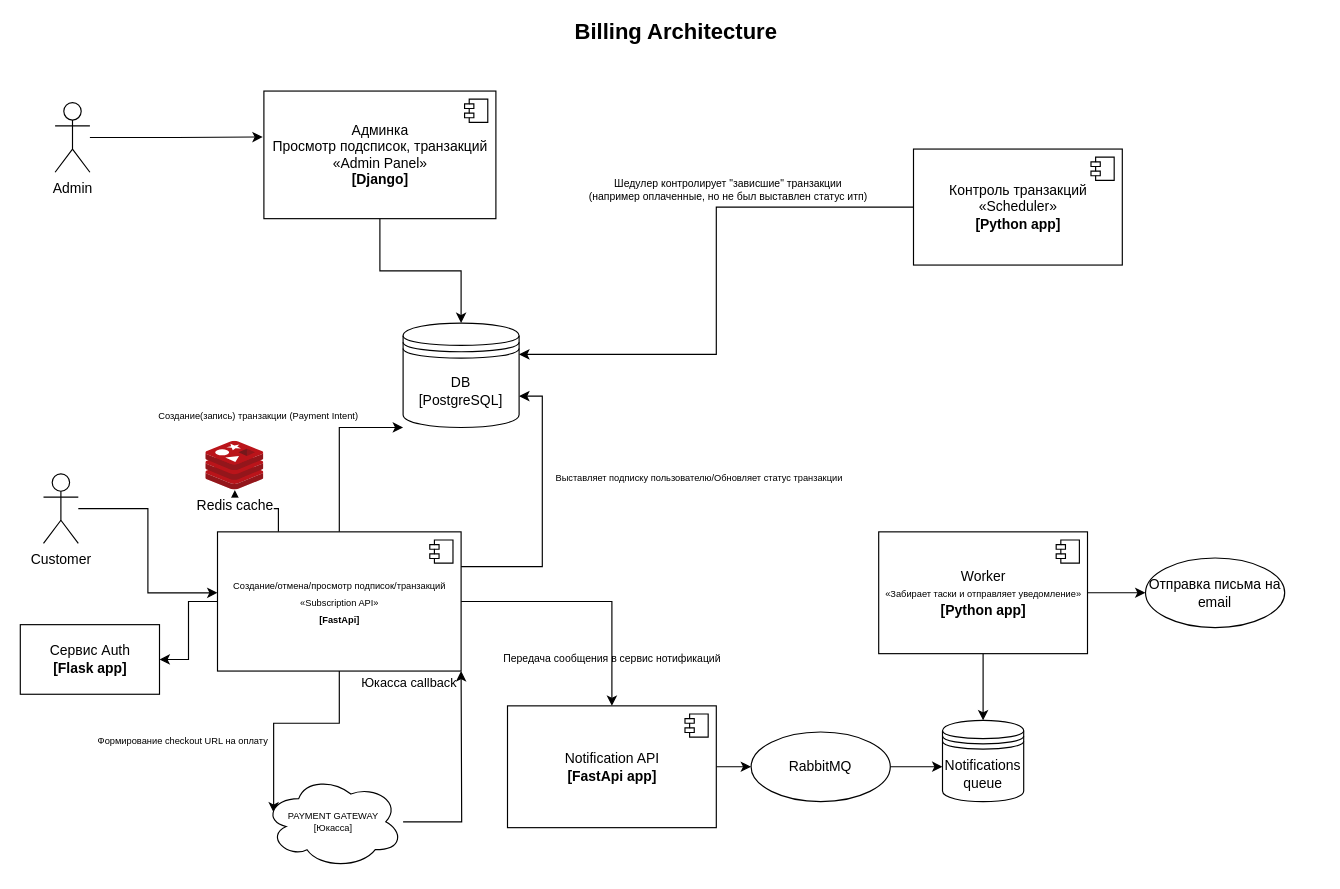
netshy/Yookassa-Billing keeps this draw.io diagram as architecture/billing.drawio. Above is the earlier version. Source tidied: cells renumbered, new cells numbered last; positions are measured from the earlier drawing's top-left corner, leaving out a move shared by most shapes. Both pictures are drawn from the tidied source at 116%, with x=0, y=0 at pixel (20, 21).
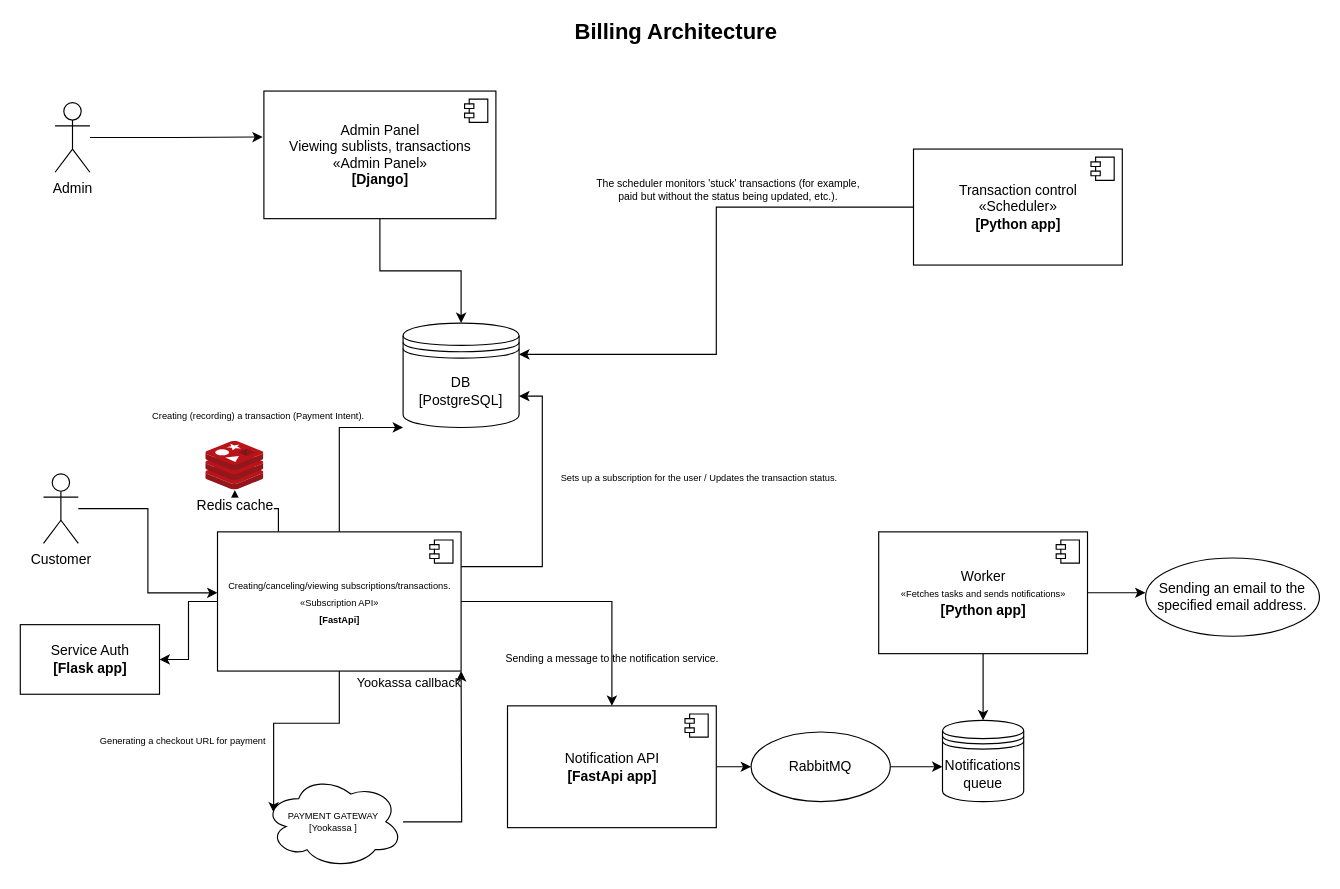
Above is the later version.

Diff of the diagram source:
```diff
@@
-    <mxCell id="12" value="&lt;font style=&quot;font-size: 8px;&quot;&gt;Создание/отмена/просмотр подписок/транзакций&lt;br&gt;«Subscription API»&lt;br&gt;&lt;b&gt;[FastApi]&lt;/b&gt;&lt;/font&gt;" style="html=1;" parent="1" vertex="1">
+    <mxCell id="12" value="&lt;font style=&quot;font-size: 8px;&quot;&gt;Creating/canceling/viewing subscriptions/transactions.&lt;br&gt;«Subscription API»&lt;br&gt;&lt;b&gt;[FastApi]&lt;/b&gt;&lt;/font&gt;" style="html=1;" parent="1" vertex="1">
       <mxGeometry x="170" y="440" width="210" height="120" as="geometry" />
     </mxCell>
@@
-    <mxCell id="15" value="Админка&lt;br&gt;Просмотр подсписок, транзакций&lt;br&gt;«Admin Panel»&lt;br&gt;&lt;b&gt;[Django]&lt;/b&gt;" style="html=1;" parent="1" vertex="1">
+    <mxCell id="15" value="Admin Panel&lt;br&gt;Viewing sublists, transactions&lt;br&gt;«Admin Panel»&lt;br&gt;&lt;b&gt;[Django]&lt;/b&gt;" style="html=1;" parent="1" vertex="1">
       <mxGeometry x="210" y="60" width="200" height="110" as="geometry" />
     </mxCell>
@@
-    <mxCell id="19" value="PAYMENT GATEWAY&lt;br&gt;[Юкасса]" style="ellipse;shape=cloud;whiteSpace=wrap;html=1;fontSize=8;" parent="1" vertex="1">
+    <mxCell id="19" value="PAYMENT GATEWAY&lt;br&gt;[Yookassa&amp;nbsp;]" style="ellipse;shape=cloud;whiteSpace=wrap;html=1;fontSize=8;" parent="1" vertex="1">
       <mxGeometry x="210" y="650" width="120" height="80" as="geometry" />
     </mxCell>
-    <mxCell id="20" value="Формирование checkout URL на оплату" style="text;html=1;align=center;verticalAlign=middle;strokeColor=none;fillColor=none;fontSize=8;" parent="1" vertex="1">
-      <mxGeometry x="60" y="610" width="160" height="20" as="geometry" />
+    <mxCell id="20" value="Generating a checkout URL for payment" style="text;html=1;align=center;verticalAlign=middle;strokeColor=none;fillColor=none;fontSize=8;" parent="1" vertex="1">
+      <mxGeometry x="55" y="610" width="170" height="20" as="geometry" />
     </mxCell>
-    <mxCell id="21" value="Создание(запись) транзакции (Payment Intent)" style="text;html=1;align=center;verticalAlign=middle;strokeColor=none;fillColor=none;fontSize=8;" parent="1" vertex="1">
-      <mxGeometry x="110" y="330" width="190" height="20" as="geometry" />
+    <mxCell id="21" value="Creating (recording) a transaction (Payment Intent)." style="text;html=1;align=center;verticalAlign=middle;strokeColor=none;fillColor=none;fontSize=8;" parent="1" vertex="1">
+      <mxGeometry x="100" y="330" width="210" height="20" as="geometry" />
     </mxCell>
-    <mxCell id="22" value="Юкасса callback" style="text;html=1;align=center;verticalAlign=middle;strokeColor=none;fillColor=none;fontSize=11;" parent="1" vertex="1">
-      <mxGeometry x="285" y="560" width="100" height="20" as="geometry" />
+    <mxCell id="22" value="Yookassa callback" style="text;html=1;align=center;verticalAlign=middle;strokeColor=none;fillColor=none;fontSize=11;" parent="1" vertex="1">
+      <mxGeometry x="280" y="555" width="110" height="30" as="geometry" />
     </mxCell>
@@
-    <mxCell id="25" value="Передача сообщения в сервис нотификаций" style="text;html=1;align=center;verticalAlign=middle;strokeColor=none;fillColor=none;fontSize=9;" parent="1" vertex="1">
+    <mxCell id="25" value="Sending a message to the notification service." style="text;html=1;align=center;verticalAlign=middle;strokeColor=none;fillColor=none;fontSize=9;" parent="1" vertex="1">
       <mxGeometry x="405" y="540" width="210" height="20" as="geometry" />
     </mxCell>
@@
-    <mxCell id="29" value="Worker&lt;br&gt;&lt;font style=&quot;font-size: 8px;&quot;&gt;«Забирает таски и отправляет уведомление»&lt;br&gt;&lt;/font&gt;&lt;b&gt;[Python app]&lt;/b&gt;" style="html=1;" parent="1" vertex="1">
+    <mxCell id="29" value="Worker&lt;br&gt;&lt;font style=&quot;font-size: 8px;&quot;&gt;«Fetches tasks and sends notifications»&lt;br&gt;&lt;/font&gt;&lt;b&gt;[Python app]&lt;/b&gt;" style="html=1;" parent="1" vertex="1">
       <mxGeometry x="740" y="440" width="180" height="105" as="geometry" />
     </mxCell>
@@
-    <mxCell id="31" value="Сервис Auth&lt;br&gt;&lt;b&gt;[Flask app]&lt;/b&gt;" style="html=1;" parent="1" vertex="1">
+    <mxCell id="31" value="Service Auth&lt;br&gt;&lt;b&gt;[Flask app]&lt;/b&gt;" style="html=1;" parent="1" vertex="1">
       <mxGeometry y="520" width="120" height="60" as="geometry" />
     </mxCell>
-    <mxCell id="32" value="Выставляет подписку пользователю/Обновляет статус транзакции" style="text;html=1;align=center;verticalAlign=middle;strokeColor=none;fillColor=none;fontSize=8;" parent="1" vertex="1">
-      <mxGeometry x="450" y="384" width="270" height="20" as="geometry" />
+    <mxCell id="32" value="Sets up a subscription for the user / Updates the transaction status." style="text;html=1;align=center;verticalAlign=middle;strokeColor=none;fillColor=none;fontSize=8;" parent="1" vertex="1">
+      <mxGeometry x="455" y="384" width="260" height="20" as="geometry" />
     </mxCell>
@@
-    <mxCell id="34" value="Контроль транзакций&lt;br&gt;«Scheduler»&lt;br&gt;&lt;b&gt;[Python app]&lt;/b&gt;" style="html=1;" parent="1" vertex="1">
+    <mxCell id="34" value="Transaction control&lt;br&gt;«Scheduler»&lt;br&gt;&lt;b&gt;[Python app]&lt;/b&gt;" style="html=1;" parent="1" vertex="1">
       <mxGeometry x="770" y="110" width="180" height="100" as="geometry" />
     </mxCell>
@@
-    <mxCell id="36" value="Шедулер контролирует &quot;зависшие&quot; транзакции&lt;br&gt;(например оплаченные, но не был выставлен статус итп)" style="text;html=1;align=center;verticalAlign=middle;strokeColor=none;fillColor=none;fontSize=9;" parent="1" vertex="1">
-      <mxGeometry x="480" y="130" width="260" height="30" as="geometry" />
+    <mxCell id="36" value="The scheduler monitors 'stuck' transactions (for example, &lt;br&gt;paid but without the status being updated, etc.)." style="text;html=1;align=center;verticalAlign=middle;strokeColor=none;fillColor=none;fontSize=9;" parent="1" vertex="1">
+      <mxGeometry x="485" y="125" width="250" height="40" as="geometry" />
     </mxCell>
@@
-    <mxCell id="41" value="Отправка письма на email" style="ellipse;whiteSpace=wrap;html=1;" parent="1" vertex="1">
-      <mxGeometry x="970" y="462.5" width="120" height="60" as="geometry" />
+    <mxCell id="41" value="Sending an email to the specified email address." style="ellipse;whiteSpace=wrap;html=1;" parent="1" vertex="1">
+      <mxGeometry x="970" y="462.5" width="150" height="67.5" as="geometry" />
     </mxCell>
```
